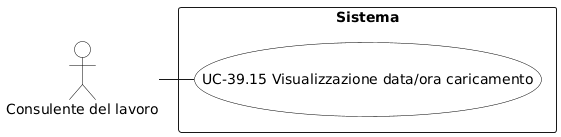
The PlantUML diagram RTB/Analisi dei Requisiti/diagrammi_use_case/UC-39.15.png in aLittleByte-19/Documentazione, before a commit.
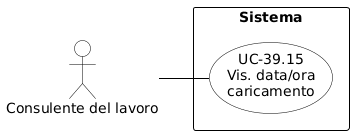
The same file after the commit.

Diff of the diagram source:
```diff
@@ -1,20 +1,29 @@
 @startuml
-skinparam backgroundColor white
+skinparam shadowing false
+skinparam defaultFontName Arial
+left to right direction
+skinparam nodesep 15
+skinparam ranksep 50
+
+skinparam usecase {
+    BackgroundColor white
+    BorderColor black
+    ArrowColor black
+}
 skinparam actor {
-  BackgroundColor white
-  BorderColor black
-  FontColor black
+    BackgroundColor white
+    BorderColor black
 }
-skinparam usecase {
-  BackgroundColor white
-  BorderColor black
-  FontColor black
+skinparam rectangle {
+    BorderColor black
+    FontStyle bold
 }
-actor "Consulente del lavoro" as C
+
+actor "Consulente del lavoro" as CL
 
 rectangle "Sistema" {
-  (UC-39.15 Visualizzazione data/ora caricamento) as UC3915
+    usecase "UC-39.15\nVis. data/ora\ncaricamento" as UC39_15
 }
 
-C - UC3915
+CL -- UC39_15
 @enduml
```
